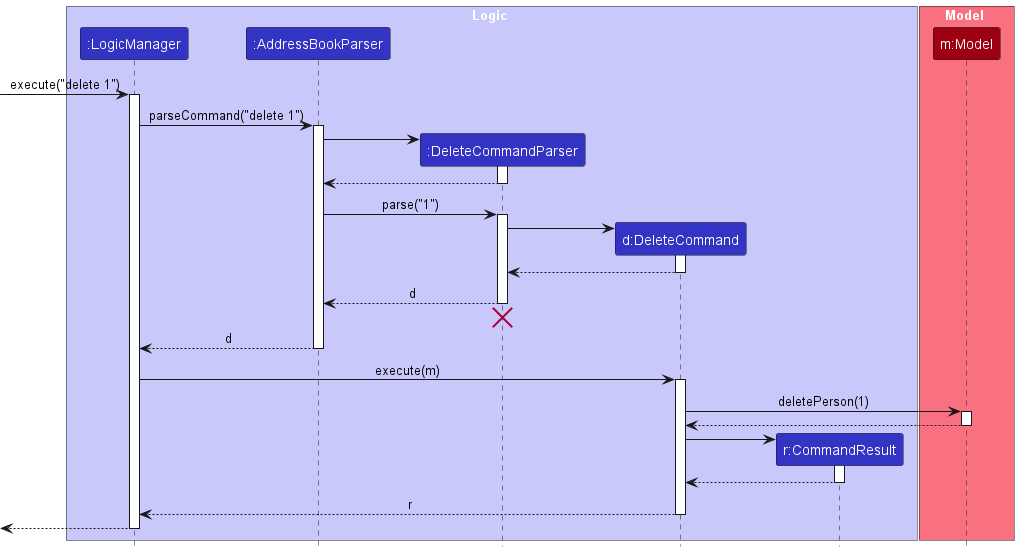
Above: docs/images/DeleteSequenceDiagram.png in nus-cs2103-AY2425S1/tp (PlantUML), before the change.
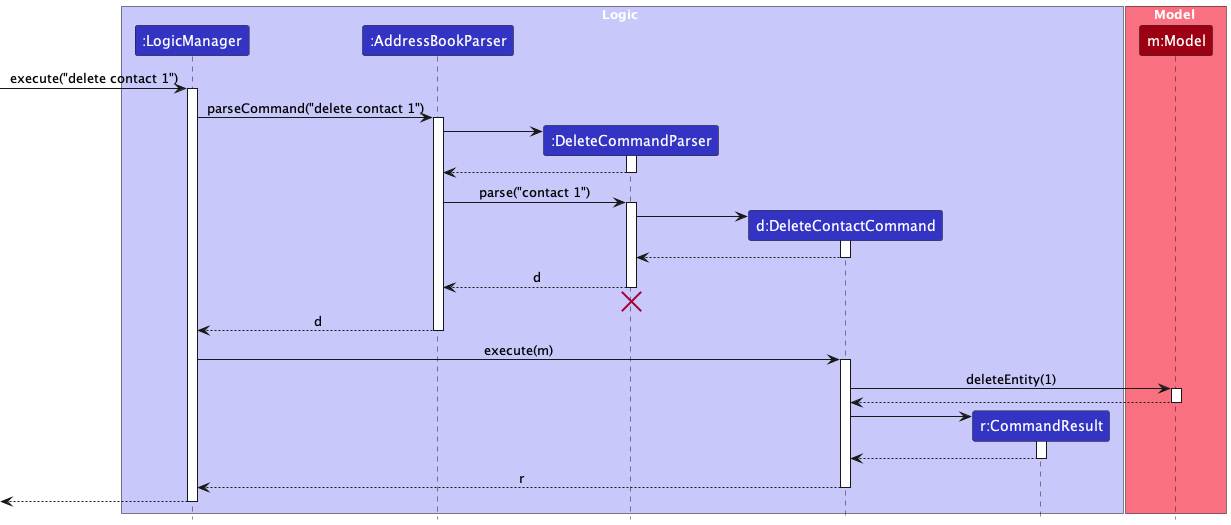
Above is the later version.

Change to the diagram source:
```diff
@@ -6,7 +6,7 @@
 participant ":LogicManager" as LogicManager LOGIC_COLOR
 participant ":AddressBookParser" as AddressBookParser LOGIC_COLOR
 participant ":DeleteCommandParser" as DeleteCommandParser LOGIC_COLOR
-participant "d:DeleteCommand" as DeleteCommand LOGIC_COLOR
+participant "d:DeleteContactCommand" as DeleteContactCommand LOGIC_COLOR
 participant "r:CommandResult" as CommandResult LOGIC_COLOR
 end box
 
@@ -14,10 +14,10 @@
 participant "m:Model" as Model MODEL_COLOR
 end box
 
-[-> LogicManager : execute("delete 1")
+[-> LogicManager : execute("delete contact 1")
 activate LogicManager
 
-LogicManager -> AddressBookParser : parseCommand("delete 1")
+LogicManager -> AddressBookParser : parseCommand("delete contact 1")
 activate AddressBookParser
 
 create DeleteCommandParser
@@ -27,15 +27,15 @@
 DeleteCommandParser --> AddressBookParser
 deactivate DeleteCommandParser
 
-AddressBookParser -> DeleteCommandParser : parse("1")
+AddressBookParser -> DeleteCommandParser : parse("contact 1")
 activate DeleteCommandParser
 
-create DeleteCommand
-DeleteCommandParser -> DeleteCommand
-activate DeleteCommand
+create DeleteContactCommand
+DeleteCommandParser -> DeleteContactCommand
+activate DeleteContactCommand
 
-DeleteCommand --> DeleteCommandParser :
-deactivate DeleteCommand
+DeleteContactCommand --> DeleteCommandParser :
+deactivate DeleteContactCommand
 
 DeleteCommandParser --> AddressBookParser : d
 deactivate DeleteCommandParser
@@ -45,24 +45,24 @@
 AddressBookParser --> LogicManager : d
 deactivate AddressBookParser
 
-LogicManager -> DeleteCommand : execute(m)
-activate DeleteCommand
+LogicManager -> DeleteContactCommand : execute(m)
+activate DeleteContactCommand
 
-DeleteCommand -> Model : deletePerson(1)
+DeleteContactCommand -> Model : deleteEntity(1)
 activate Model
 
-Model --> DeleteCommand
+Model --> DeleteContactCommand
 deactivate Model
 
 create CommandResult
-DeleteCommand -> CommandResult
+DeleteContactCommand -> CommandResult
 activate CommandResult
 
-CommandResult --> DeleteCommand
+CommandResult --> DeleteContactCommand
 deactivate CommandResult
 
-DeleteCommand --> LogicManager : r
-deactivate DeleteCommand
+DeleteContactCommand --> LogicManager : r
+deactivate DeleteContactCommand
 
 [<--LogicManager
 deactivate LogicManager
```
